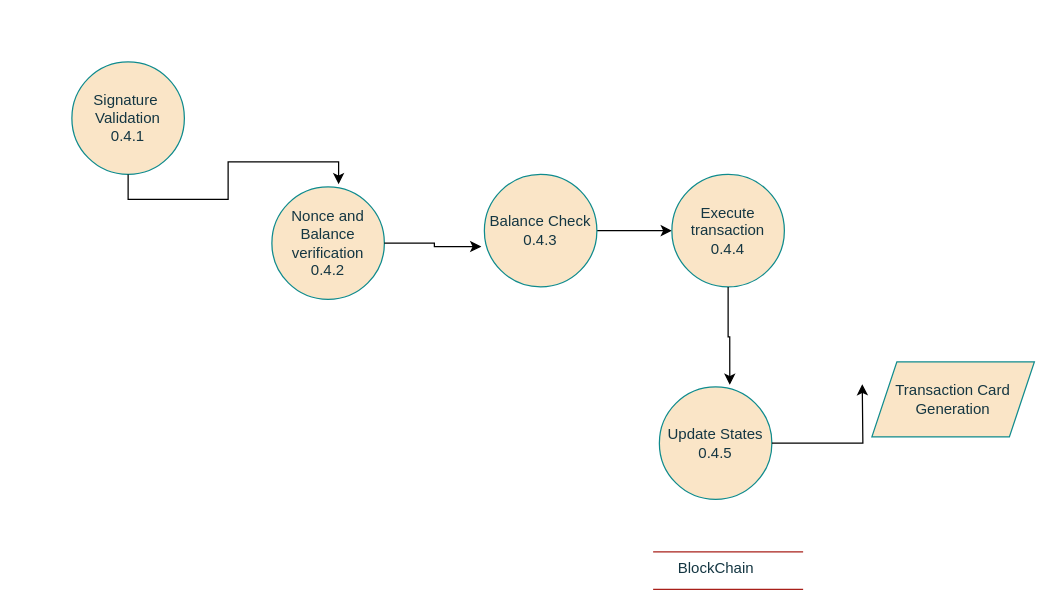
This is DFD3.drawio from CODEX108/Computer-Security, a draw.io file, before an edit. Source tidied: cells renumbered, new cells numbered last; positions are measured from the earlier drawing's top-left corner, leaving out a move shared by most shapes. Both pictures are drawn from the tidied source at 125%, with x=0, y=0 at pixel (71, 61).
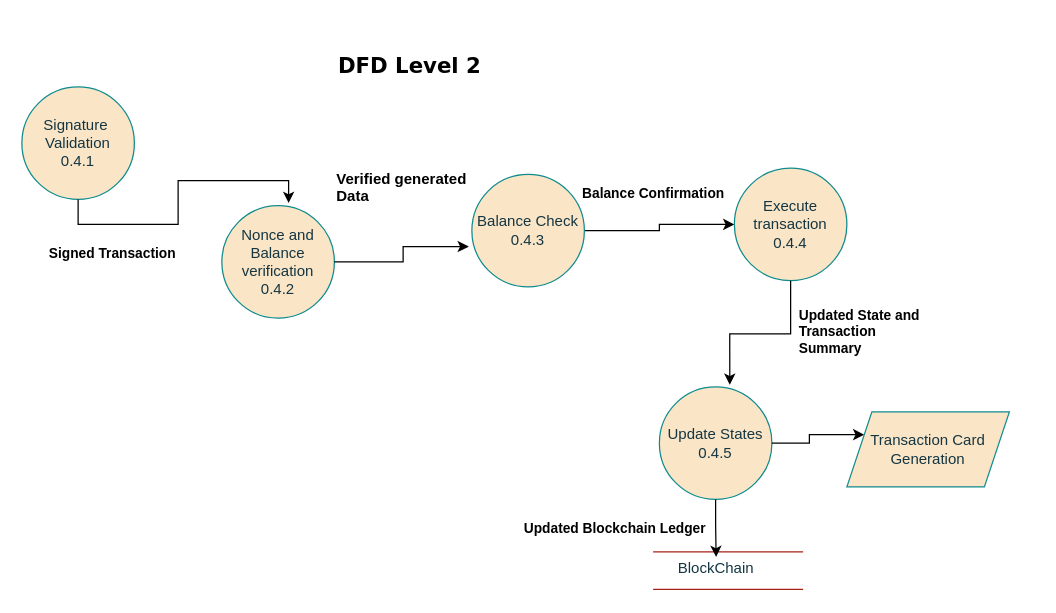
After the change.

Unchanged cells that the change refers to:
```xml
<mxCell id="7" value="Update States&lt;div&gt;0.4.5&lt;/div&gt;" style="ellipse;whiteSpace=wrap;html=1;labelBackgroundColor=none;fillColor=#FAE5C7;strokeColor=#0F8B8D;fontColor=#143642;" parent="1" vertex="1">
  <mxGeometry x="470" y="260" width="90" height="90" as="geometry" />
</mxCell>
<mxCell id="15" value="BlockChain" style="text;html=1;align=center;verticalAlign=middle;points=[];strokeColor=none;fillColor=none;labelBackgroundColor=none;fontColor=#143642;" parent="1" vertex="1">
  <mxGeometry x="475" y="390" width="80" height="30" as="geometry" />
</mxCell>
```

What changed in the source:
```diff
@@
     <mxCell id="2" value="Signature&amp;nbsp;&lt;div&gt;Validation&lt;/div&gt;&lt;div&gt;0.4.1&lt;/div&gt;" style="ellipse;whiteSpace=wrap;html=1;labelBackgroundColor=none;fillColor=#FAE5C7;strokeColor=#0F8B8D;fontColor=#143642;" parent="1" vertex="1">
-      <mxGeometry width="90" height="90" as="geometry" />
+      <mxGeometry x="-40" y="20" width="90" height="90" as="geometry" />
     </mxCell>
     <mxCell id="3" value="Nonce and Balance verification&lt;div&gt;0.4.2&lt;/div&gt;" style="ellipse;whiteSpace=wrap;html=1;labelBackgroundColor=none;fillColor=#FAE5C7;strokeColor=#0F8B8D;fontColor=#143642;" parent="1" vertex="1">
-      <mxGeometry x="160" y="100" width="90" height="90" as="geometry" />
+      <mxGeometry x="120" y="115" width="90" height="90" as="geometry" />
     </mxCell>
@@
     <mxCell id="5" value="Balance Check&lt;br&gt;0.4.3" style="ellipse;whiteSpace=wrap;html=1;labelBackgroundColor=none;fillColor=#FAE5C7;strokeColor=#0F8B8D;fontColor=#143642;" parent="1" vertex="1">
-      <mxGeometry x="330" y="90" width="90" height="90" as="geometry" />
+      <mxGeometry x="320" y="90" width="90" height="90" as="geometry" />
     </mxCell>
     <mxCell id="6" value="Execute transaction&lt;br&gt;0.4.4" style="ellipse;whiteSpace=wrap;html=1;labelBackgroundColor=none;fillColor=#FAE5C7;strokeColor=#0F8B8D;fontColor=#143642;" parent="1" vertex="1">
-      <mxGeometry x="480" y="90" width="90" height="90" as="geometry" />
+      <mxGeometry x="530" y="85" width="90" height="90" as="geometry" />
     </mxCell>
@@
-    <mxCell id="11" style="edgeStyle=orthogonalEdgeStyle;rounded=0;jettySize=auto;html=1;exitX=1;exitY=0.5;exitDx=0;exitDy=0;entryX=0.019;entryY=0.464;entryDx=0;entryDy=0;entryPerimeter=0;" parent="1" edge="1" source="7">
-      <mxGeometry relative="1" as="geometry">
-        <mxPoint x="632.3" y="257.8" as="targetPoint" />
-      </mxGeometry>
+    <mxCell id="11" style="edgeStyle=orthogonalEdgeStyle;rounded=0;jettySize=auto;html=1;exitX=1;exitY=0.5;exitDx=0;exitDy=0;entryX=0;entryY=0.25;entryDx=0;entryDy=0;" parent="1" edge="1" source="7" target="16">
+      <mxGeometry relative="1" as="geometry" />
     </mxCell>
@@
     <mxCell id="16" value="Transaction Card&lt;div&gt;Generation&lt;/div&gt;" style="shape=parallelogram;perimeter=parallelogramPerimeter;whiteSpace=wrap;html=1;fixedSize=1;labelBackgroundColor=none;fillColor=#FAE5C7;strokeColor=#0F8B8D;fontColor=#143642;" parent="1" vertex="1">
-      <mxGeometry x="640" y="240" width="130" height="60" as="geometry" />
+      <mxGeometry x="620" y="280" width="130" height="60" as="geometry" />
     </mxCell>
+    <mxCell id="17" value="Updated State and Transaction Summary" style="text;whiteSpace=wrap;html=1;fontSize=11;fontStyle=1;" parent="1" vertex="1">
+      <mxGeometry x="580" y="190" width="110" height="40" as="geometry" />
+    </mxCell>
+    <mxCell id="18" style="edgeStyle=orthogonalEdgeStyle;rounded=0;jettySize=auto;html=1;exitX=0.5;exitY=1;exitDx=0;exitDy=0;entryX=0.505;entryY=0.202;entryDx=0;entryDy=0;entryPerimeter=0;" parent="1" edge="1" source="7" target="15">
+      <mxGeometry relative="1" as="geometry" />
+    </mxCell>
+    <mxCell id="19" value="Updated Blockchain Ledger" style="text;whiteSpace=wrap;html=1;fontStyle=1;fontSize=11;" parent="1" vertex="1">
+      <mxGeometry x="360" y="360" width="180" height="40" as="geometry" />
+    </mxCell>
+    <mxCell id="20" value="Balance Confirmation" style="text;html=1;align=center;verticalAlign=middle;strokeColor=none;fillColor=none;fontSize=11;fontStyle=1;" parent="1" vertex="1">
+      <mxGeometry x="400" y="90" width="130" height="30" as="geometry" />
+    </mxCell>
+    <mxCell id="21" value="Verified generated Data" style="text;whiteSpace=wrap;html=1;fontStyle=1;" parent="1" vertex="1">
+      <mxGeometry x="210" y="80" width="120" height="40" as="geometry" />
+    </mxCell>
+    <mxCell id="22" value="Signed Transaction" style="text;whiteSpace=wrap;html=1;fontStyle=1;fontSize=11;" parent="1" vertex="1">
+      <mxGeometry x="-20" y="140" width="140" height="40" as="geometry" />
+    </mxCell>
+    <mxCell id="23" value="&lt;p style=&quot;font-size: 17px;&quot;&gt;DFD Level 2&lt;/p&gt;" style="text;html=1;align=center;verticalAlign=middle;strokeColor=none;fillColor=none;fontFamily=Verdana;fontStyle=1;" parent="1" vertex="1">
+      <mxGeometry x="205" y="-32" width="130" height="70" as="geometry" />
+    </mxCell>
```
